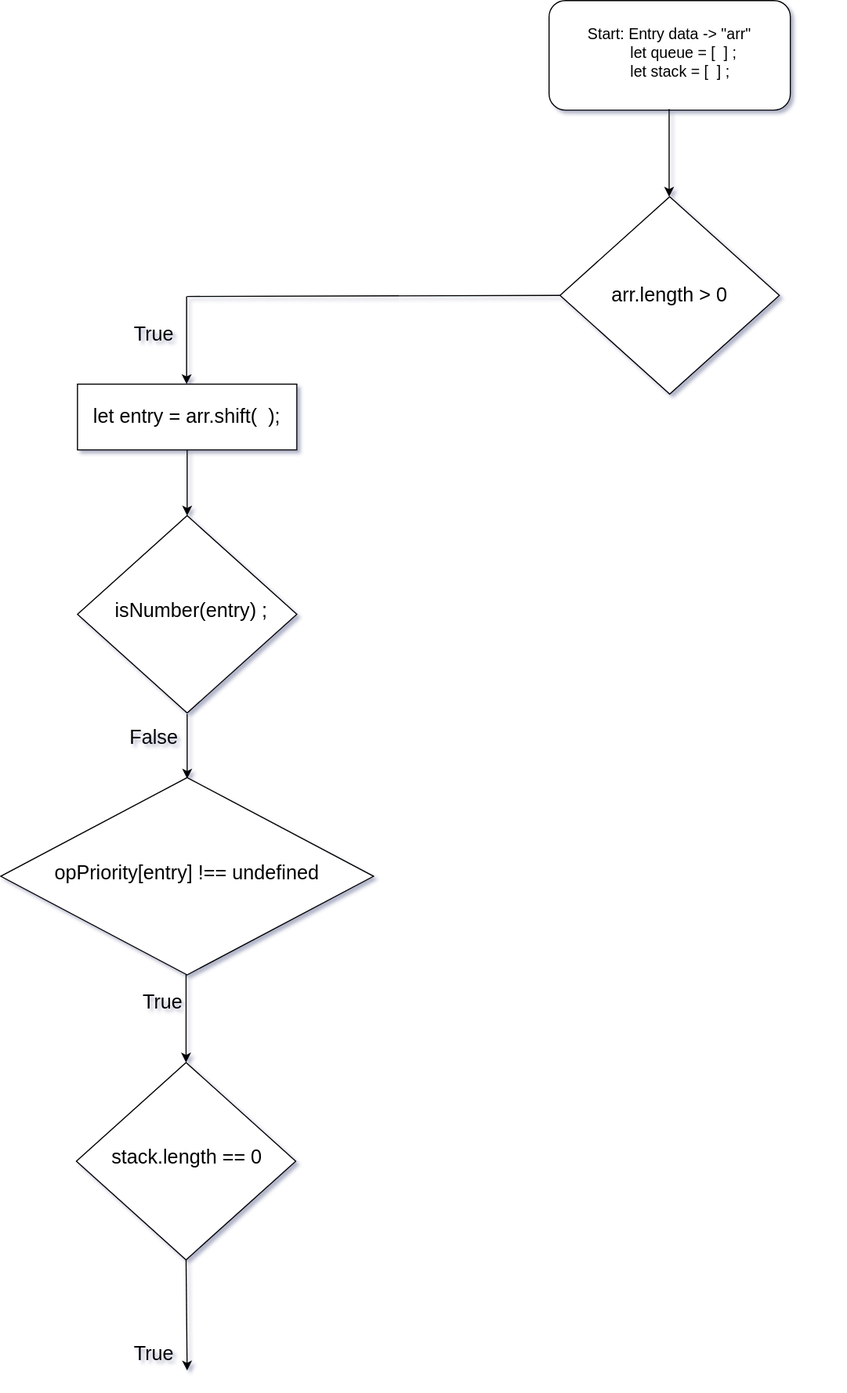
Earlier version of the draw.io export Untitled Diagram.drawio.svg (jcgm3205/jcgm3205). Source tidied: cells renumbered, new cells last; positions are measured from the earlier drawing's top-left corner, leaving out a move shared by most shapes.
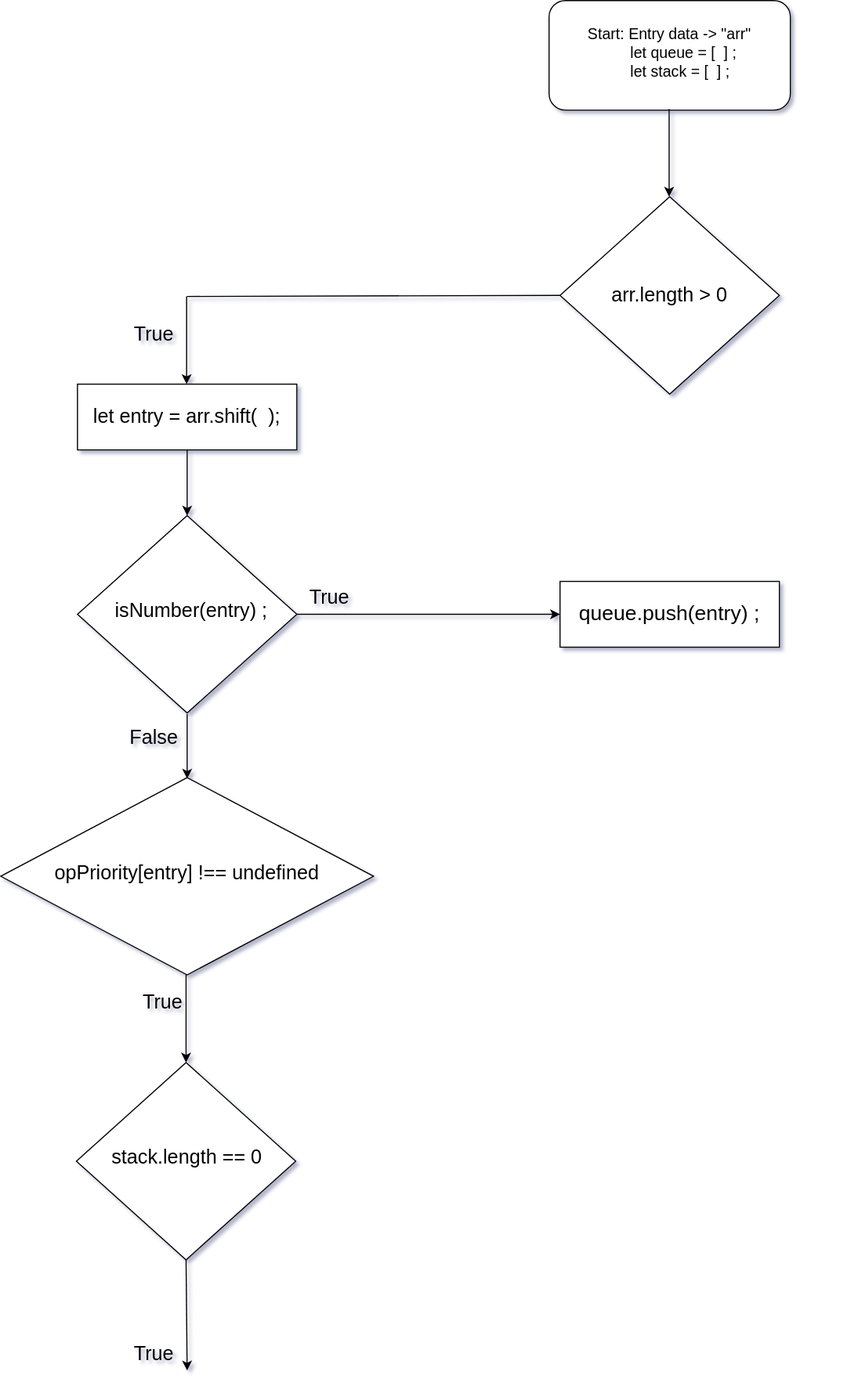
After the commit.

Change to the diagram source:
```diff
@@ -88,5 +88,19 @@
         <mxPoint x="170" y="470" as="targetPoint" />
       </mxGeometry>
     </mxCell>
+    <mxCell id="25" style="endArrow=classic;html=1;rounded=0;entryX=0;entryY=0.5;entryDx=0;entryDy=0;" parent="1" edge="1" target="28">
+      <mxGeometry relative="1" as="geometry">
+        <mxPoint x="270" y="560" as="sourcePoint" />
+      </mxGeometry>
+    </mxCell>
+    <mxCell id="26" value="True" style="text;html=1;strokeColor=none;fillColor=none;align=center;verticalAlign=middle;whiteSpace=wrap;rounded=0;fontSize=18;" parent="1" vertex="1">
+      <mxGeometry x="270" y="530" width="60" height="30" as="geometry" />
+    </mxCell>
+    <mxCell id="27" style="rounded=0;whiteSpace=wrap;html=1;" parent="1" vertex="1">
+      <mxGeometry x="510" y="530" width="200" height="60" as="geometry" />
+    </mxCell>
+    <mxCell id="28" value="&lt;font style=&quot;font-size: 19px&quot;&gt;queue.push(entry) ;&lt;/font&gt;" style="text;html=1;strokeColor=none;fillColor=none;align=center;verticalAlign=middle;whiteSpace=wrap;rounded=0;" parent="1" vertex="1">
+      <mxGeometry x="510" y="530" width="200" height="60" as="geometry" />
+    </mxCell>
   </root>
 </mxGraphModel>
```
